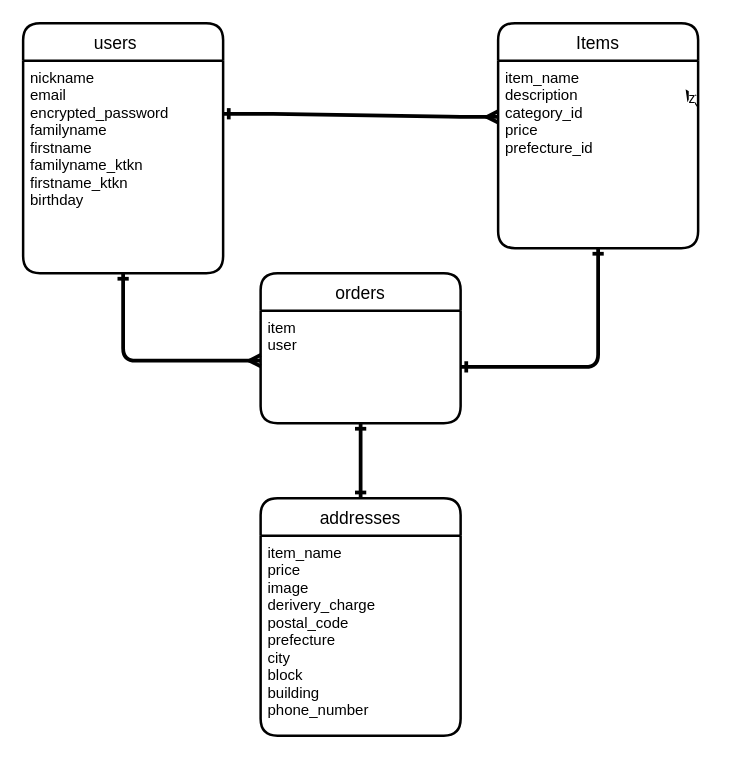
Earlier version of the draw.io diagram ER.dio (cnt1997/furima-37213). Source tidied: cells renumbered, new cells numbered last; positions are measured from the earlier drawing's top-left corner, leaving out a move shared by most shapes. Both pictures are drawn from the tidied source at 125%, with x=0, y=0 at pixel (22, 22).
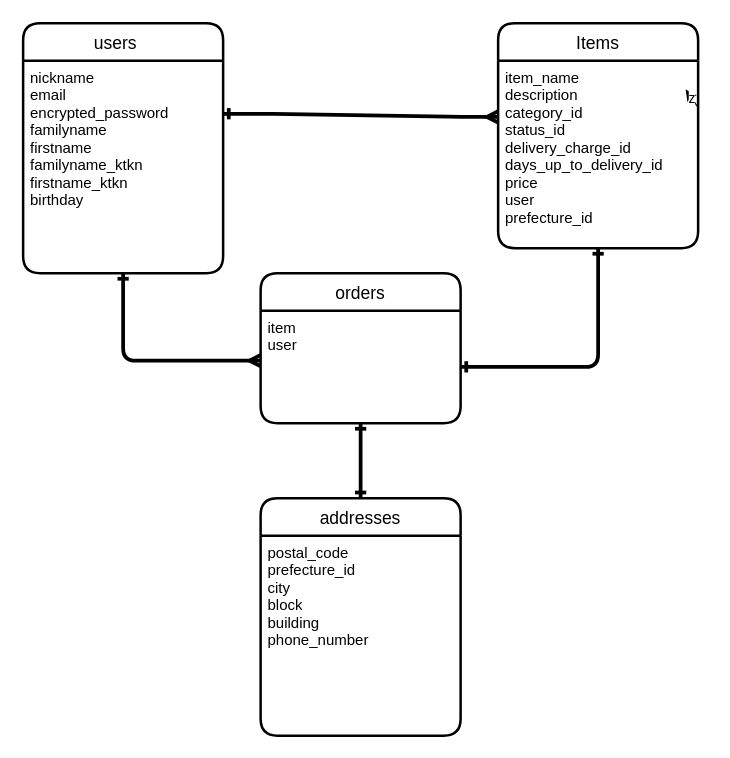
The same page after the edit.

Commit message (it also covers changes not shown here):
データベース設計修正2

Change to the diagram source:
```diff
@@
 <mxGraphModel>
   <root>
     <mxCell id="0" />
     <mxCell id="1" parent="0" />
     <mxCell id="2" value="users   " style="swimlane;horizontal=1;startSize=30;rounded=1;fontSize=14;fontStyle=0;strokeWidth=2;shadow=0;dashed=0;align=center;" parent="1" vertex="1">
       <mxGeometry width="160" height="200" as="geometry" />
     </mxCell>
     <mxCell id="3" value="nickname&#10;email&#10;encrypted_password&#10;familyname&#10;firstname&#10;familyname_ktkn&#10;firstname_ktkn&#10;birthday" style="align=left;strokeColor=none;fillColor=none;spacingLeft=4;fontSize=12;verticalAlign=top;" parent="2" vertex="1">
       <mxGeometry y="30" width="160" height="170" as="geometry" />
     </mxCell>
     <mxCell id="4" value="Items" style="swimlane;horizontal=1;startSize=30;rounded=1;fontSize=14;fontStyle=0;strokeWidth=2;shadow=0;dashed=0;align=center;" parent="1" vertex="1">
       <mxGeometry x="380" width="160" height="180" as="geometry" />
     </mxCell>
-    <mxCell id="5" value="item_name&#10;description&#10;category_id&#10;price&#10;prefecture_id" style="align=left;strokeColor=none;fillColor=none;spacingLeft=4;fontSize=12;verticalAlign=top;" parent="4" vertex="1">
+    <mxCell id="5" value="item_name&#10;description&#10;category_id&#10;status_id&#10;delivery_charge_id&#10;days_up_to_delivery_id&#10;price&#10;user&#10;prefecture_id" style="align=left;strokeColor=none;fillColor=none;spacingLeft=4;fontSize=12;verticalAlign=top;" parent="4" vertex="1">
       <mxGeometry y="30" width="160" height="150" as="geometry" />
     </mxCell>
     <mxCell id="6" style="edgeStyle=entityRelationEdgeStyle;fontSize=12;html=1;endArrow=ERmany;exitX=1;exitY=0.25;exitDx=0;exitDy=0;targetPerimeterSpacing=5;sourcePerimeterSpacing=5;endSize=5;startSize=5;strokeWidth=3;startArrow=ERone;startFill=0;" parent="1" edge="1" source="3">
       <mxGeometry relative="1" as="geometry">
         <mxPoint x="380" y="75" as="targetPoint" />
       </mxGeometry>
     </mxCell>
     <mxCell id="7" value="z" style="edgeStyle=none;html=1;exitX=1;exitY=0.25;exitDx=0;exitDy=0;targetPerimeterSpacing=6;" parent="1" edge="1" source="5">
       <mxGeometry relative="1" as="geometry">
         <mxPoint x="530" y="53" as="targetPoint" />
       </mxGeometry>
     </mxCell>
     <mxCell id="8" value="orders" style="swimlane;horizontal=1;startSize=30;rounded=1;fontSize=14;fontStyle=0;strokeWidth=2;shadow=0;dashed=0;align=center;" parent="1" vertex="1">
       <mxGeometry x="190" y="200" width="160" height="120" as="geometry" />
     </mxCell>
     <mxCell id="9" value="item&#10;user" style="align=left;strokeColor=none;fillColor=none;spacingLeft=4;fontSize=12;verticalAlign=top;" parent="8" vertex="1">
       <mxGeometry y="30" width="160" height="90" as="geometry" />
     </mxCell>
     <mxCell id="10" value="addresses" style="swimlane;horizontal=1;startSize=30;rounded=1;fontSize=14;fontStyle=0;strokeWidth=2;shadow=0;dashed=0;align=center;" parent="1" vertex="1">
       <mxGeometry x="190" y="380" width="160" height="190" as="geometry" />
     </mxCell>
-    <mxCell id="11" value="item_name&#10;price&#10;image&#10;derivery_charge&#10;postal_code&#10;prefecture&#10;city&#10;block&#10;building&#10;phone_number" style="align=left;strokeColor=none;fillColor=none;spacingLeft=4;fontSize=12;verticalAlign=top;" parent="10" vertex="1">
+    <mxCell id="11" value="postal_code&#10;prefecture_id&#10;city&#10;block&#10;building&#10;phone_number" style="align=left;strokeColor=none;fillColor=none;spacingLeft=4;fontSize=12;verticalAlign=top;" parent="10" vertex="1">
       <mxGeometry y="30" width="160" height="160" as="geometry" />
     </mxCell>
     <mxCell id="12" style="fontSize=12;html=1;endArrow=ERone;endFill=1;startSize=5;endSize=5;sourcePerimeterSpacing=5;targetPerimeterSpacing=5;strokeWidth=3;exitX=1;exitY=0.5;exitDx=0;exitDy=0;entryX=0.5;entryY=1;entryDx=0;entryDy=0;startArrow=ERone;startFill=0;" parent="1" edge="1" source="9" target="5">
       <mxGeometry relative="1" as="geometry">
         <Array as="points">
           <mxPoint x="460" y="275" />
         </Array>
       </mxGeometry>
     </mxCell>
     <mxCell id="13" style="fontSize=12;html=1;endArrow=ERmany;startSize=5;endSize=5;sourcePerimeterSpacing=5;targetPerimeterSpacing=5;strokeWidth=3;exitX=0.5;exitY=1;exitDx=0;exitDy=0;startArrow=ERone;startFill=0;" parent="1" edge="1" source="3">
       <mxGeometry relative="1" as="geometry">
         <mxPoint x="190" y="270" as="targetPoint" />
         <Array as="points">
           <mxPoint x="80" y="270" />
         </Array>
       </mxGeometry>
     </mxCell>
     <mxCell id="14" style="fontSize=12;html=1;endArrow=ERone;endFill=1;startSize=5;endSize=5;sourcePerimeterSpacing=5;targetPerimeterSpacing=5;strokeWidth=3;exitX=0.5;exitY=1;exitDx=0;exitDy=0;entryX=0.5;entryY=0;entryDx=0;entryDy=0;startArrow=ERone;startFill=0;" parent="1" edge="1" source="9" target="10">
       <mxGeometry relative="1" as="geometry" />
     </mxCell>
   </root>
 </mxGraphModel>
```
